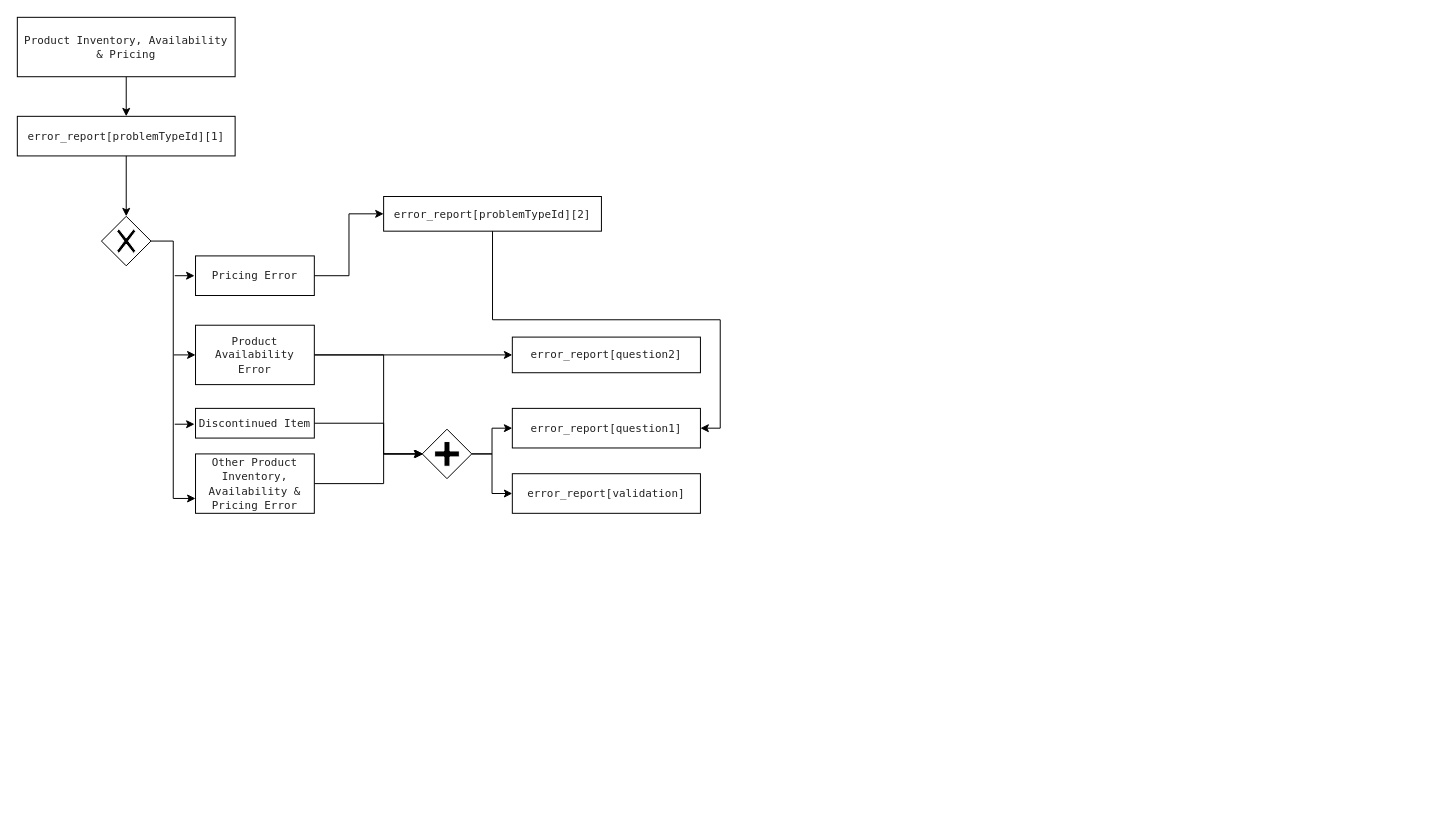
Above: page "Product Inventory, Availability & Pricing" (5 of 11) of report-error.drawio in yvelio/test (draw.io), before the change. Source tidied: cells renumbered, new cells numbered last; positions are measured from the earlier drawing's top-left corner, leaving out a move shared by most shapes. Both pictures are drawn from the tidied source at 99%, with x=0, y=0 at pixel (17, 17).
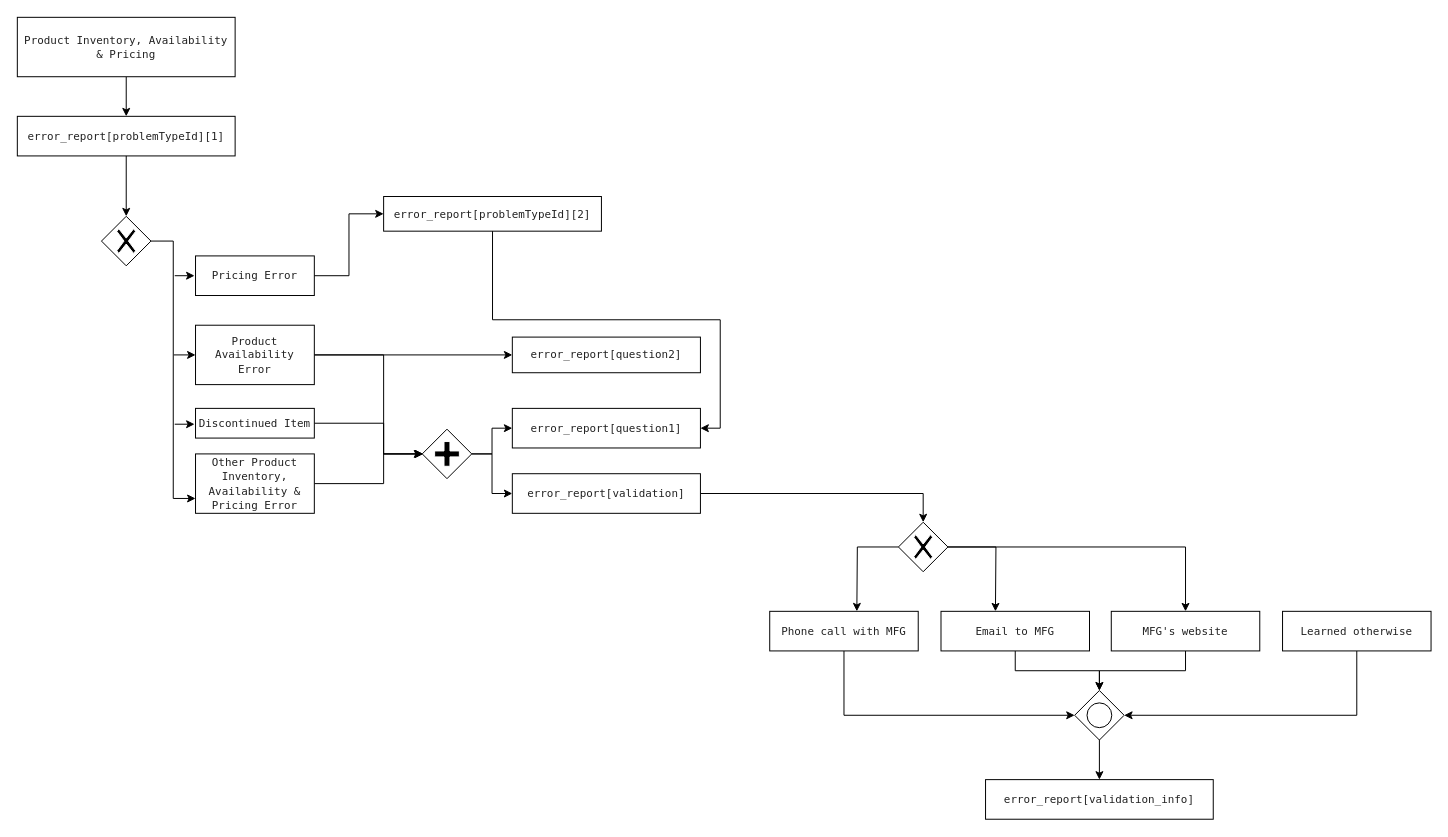
Above is the later version.

Unchanged cells that the change refers to:
```xml
<mxCell id="22" value="&lt;span style=&quot;color: rgb(34 , 34 , 34) ; font-family: &amp;#34;menlo&amp;#34; , monospace ; font-size: 11px ; text-align: left ; background-color: rgb(255 , 255 , 255)&quot;&gt;error_report[validation]&lt;/span&gt;" style="whiteSpace=wrap;html=1;" parent="1" vertex="1">
  <mxGeometry x="500" y="461" width="190" height="40" as="geometry" />
</mxCell>
```

The edit, as a diff of the source:
```diff
@@
+    <mxCell id="29" style="edgeStyle=orthogonalEdgeStyle;rounded=0;jettySize=auto;html=1;entryX=0.5;entryY=0;entryDx=0;entryDy=0;" parent="1" edge="1" source="22" target="44">
+      <mxGeometry relative="1" as="geometry" />
+    </mxCell>
@@
+    <mxCell id="30" style="edgeStyle=orthogonalEdgeStyle;rounded=0;jettySize=auto;html=1;" parent="1" edge="1" source="44">
+      <mxGeometry relative="1" as="geometry">
+        <mxPoint x="988" y="600" as="targetPoint" />
+      </mxGeometry>
+    </mxCell>
+    <mxCell id="31" style="edgeStyle=orthogonalEdgeStyle;rounded=0;jettySize=auto;html=1;" parent="1" edge="1" source="44">
+      <mxGeometry relative="1" as="geometry">
+        <mxPoint x="848" y="600" as="targetPoint" />
+      </mxGeometry>
+    </mxCell>
+    <mxCell id="32" style="edgeStyle=orthogonalEdgeStyle;rounded=0;jettySize=auto;html=1;entryX=0.5;entryY=0;entryDx=0;entryDy=0;" parent="1" edge="1" source="44" target="40">
+      <mxGeometry relative="1" as="geometry" />
+    </mxCell>
+    <mxCell id="33" style="edgeStyle=orthogonalEdgeStyle;rounded=0;jettySize=auto;html=1;" parent="1" edge="1" source="34" target="43">
+      <mxGeometry relative="1" as="geometry" />
+    </mxCell>
+    <mxCell id="34" style="shape=mxgraph.bpmn.shape;html=1;verticalLabelPosition=bottom;labelBackgroundColor=#ffffff;verticalAlign=top;align=center;perimeter=rhombusPerimeter;background=gateway;outlineConnect=0;outline=standard;symbol=general;" parent="1" vertex="1">
+      <mxGeometry x="1068" y="680" width="50" height="50" as="geometry" />
+    </mxCell>
+    <mxCell id="35" style="edgeStyle=orthogonalEdgeStyle;rounded=0;jettySize=auto;html=1;entryX=0;entryY=0.5;entryDx=0;entryDy=0;" parent="1" edge="1" source="38" target="34">
+      <mxGeometry relative="1" as="geometry">
+        <Array as="points">
+          <mxPoint x="835" y="705" />
+        </Array>
+      </mxGeometry>
+    </mxCell>
+    <mxCell id="36" style="edgeStyle=orthogonalEdgeStyle;rounded=0;jettySize=auto;html=1;" parent="1" edge="1" source="39" target="34">
+      <mxGeometry relative="1" as="geometry" />
+    </mxCell>
+    <mxCell id="37" style="edgeStyle=orthogonalEdgeStyle;rounded=0;jettySize=auto;html=1;" parent="1" edge="1" source="40" target="34">
+      <mxGeometry relative="1" as="geometry" />
+    </mxCell>
+    <mxCell id="38" value="&lt;span style=&quot;color: rgb(34 , 34 , 34) ; font-family: &amp;#34;menlo&amp;#34; , monospace ; font-size: 11px ; font-style: normal ; font-weight: 400 ; letter-spacing: normal ; text-align: left ; text-indent: 0px ; text-transform: none ; word-spacing: 0px ; background-color: rgb(255 , 255 , 255) ; display: inline ; float: none&quot;&gt;Phone call with MFG&lt;br&gt;    &lt;/span&gt;" style="whiteSpace=wrap;html=1;" parent="1" vertex="1">
+      <mxGeometry x="760" y="600" width="150" height="40" as="geometry" />
+    </mxCell>
+    <mxCell id="39" value="&lt;span style=&quot;color: rgb(34 , 34 , 34) ; font-family: &amp;#34;menlo&amp;#34; , monospace ; font-size: 11px ; font-style: normal ; font-weight: 400 ; letter-spacing: normal ; text-align: left ; text-indent: 0px ; text-transform: none ; word-spacing: 0px ; background-color: rgb(255 , 255 , 255) ; display: inline ; float: none&quot;&gt;&lt;br class=&quot;Apple-interchange-newline&quot;&gt;&lt;span style=&quot;font-family: &amp;#34;menlo&amp;#34; , monospace&quot;&gt;Email to MFG&lt;br&gt;    &lt;/span&gt;&lt;br&gt;    &lt;/span&gt;" style="whiteSpace=wrap;html=1;" parent="1" vertex="1">
+      <mxGeometry x="933" y="600" width="150" height="40" as="geometry" />
+    </mxCell>
+    <mxCell id="40" value="&lt;span style=&quot;color: rgb(34 , 34 , 34) ; font-family: &amp;#34;menlo&amp;#34; , monospace ; font-size: 11px ; font-style: normal ; font-weight: 400 ; letter-spacing: normal ; text-align: left ; text-indent: 0px ; text-transform: none ; word-spacing: 0px ; background-color: rgb(255 , 255 , 255) ; display: inline ; float: none&quot;&gt;&lt;br class=&quot;Apple-interchange-newline&quot;&gt;&lt;span style=&quot;font-family: &amp;#34;menlo&amp;#34; , monospace&quot;&gt;MFG's website&lt;br&gt;    &lt;/span&gt;&lt;br&gt;    &lt;/span&gt;" style="whiteSpace=wrap;html=1;" parent="1" vertex="1">
+      <mxGeometry x="1105" y="600" width="150" height="40" as="geometry" />
+    </mxCell>
+    <mxCell id="41" style="edgeStyle=orthogonalEdgeStyle;rounded=0;jettySize=auto;html=1;entryX=1;entryY=0.5;entryDx=0;entryDy=0;" parent="1" edge="1" source="42" target="34">
+      <mxGeometry relative="1" as="geometry">
+        <Array as="points">
+          <mxPoint x="1353" y="705" />
+        </Array>
+      </mxGeometry>
+    </mxCell>
+    <mxCell id="42" value="&lt;span style=&quot;color: rgb(34 , 34 , 34) ; font-family: &amp;#34;menlo&amp;#34; , monospace ; font-size: 11px ; font-style: normal ; font-weight: 400 ; letter-spacing: normal ; text-align: left ; text-indent: 0px ; text-transform: none ; word-spacing: 0px ; background-color: rgb(255 , 255 , 255) ; display: inline ; float: none&quot;&gt;&lt;span style=&quot;font-family: &amp;#34;menlo&amp;#34; , monospace&quot;&gt;Learned otherwise&lt;/span&gt;&lt;br&gt;    &lt;/span&gt;" style="whiteSpace=wrap;html=1;" parent="1" vertex="1">
+      <mxGeometry x="1278" y="600" width="150" height="40" as="geometry" />
+    </mxCell>
+    <mxCell id="43" value="&lt;span style=&quot;color: rgb(34 , 34 , 34) ; font-family: &amp;#34;menlo&amp;#34; , monospace ; font-size: 11px ; text-align: left ; background-color: rgb(255 , 255 , 255)&quot;&gt;error_report[validation_info]&lt;/span&gt;" style="whiteSpace=wrap;html=1;" parent="1" vertex="1">
+      <mxGeometry x="978" y="770" width="230" height="40" as="geometry" />
+    </mxCell>
+    <mxCell id="44" style="shape=mxgraph.bpmn.shape;html=1;verticalLabelPosition=bottom;labelBackgroundColor=#ffffff;verticalAlign=top;align=center;perimeter=rhombusPerimeter;background=gateway;outlineConnect=0;outline=none;symbol=exclusiveGw;" parent="1" vertex="1">
+      <mxGeometry x="890" y="510" width="50" height="50" as="geometry" />
+    </mxCell>
```
